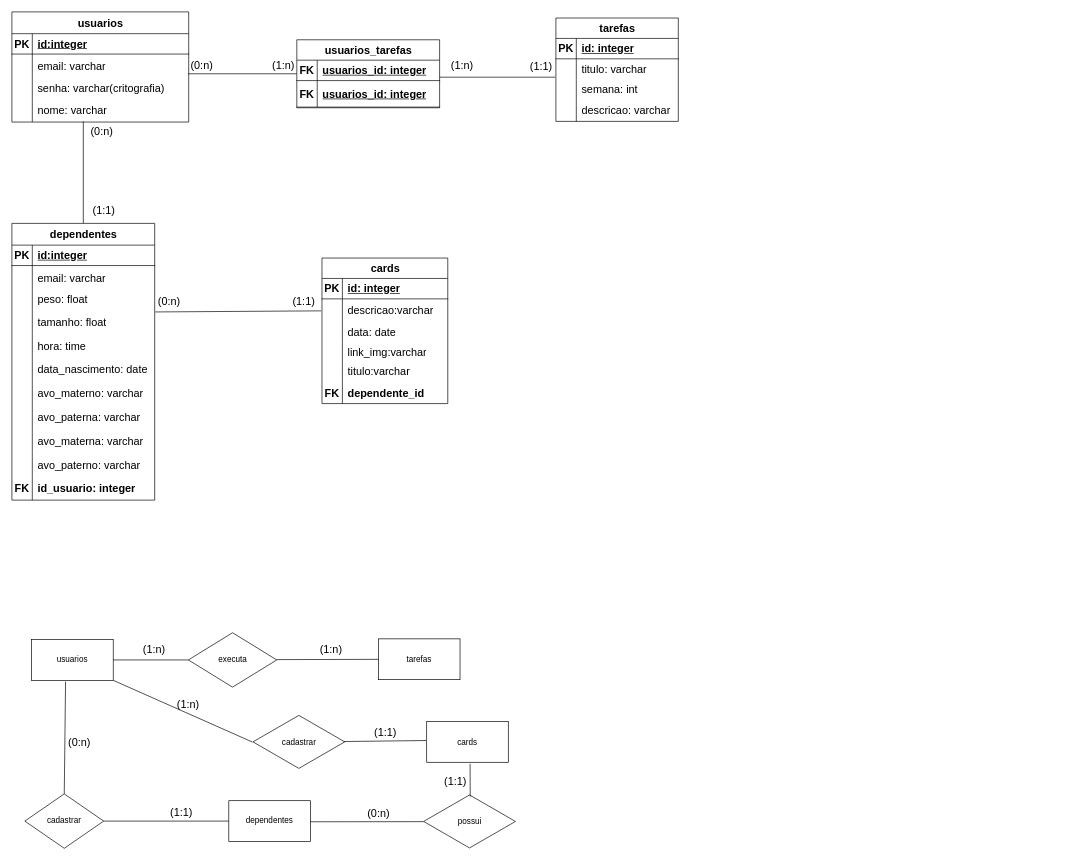
manuely32/projeto_integrador_grupo_7 keeps this draw.io diagram as Diagrama sem nome.drawio. Above is the earlier version. Source tidied: cells renumbered, new cells numbered last; positions are measured from the earlier drawing's top-left corner, leaving out a move shared by most shapes. Both pictures are drawn from the tidied source at 68%, with x=0, y=0 at pixel (12, 12).
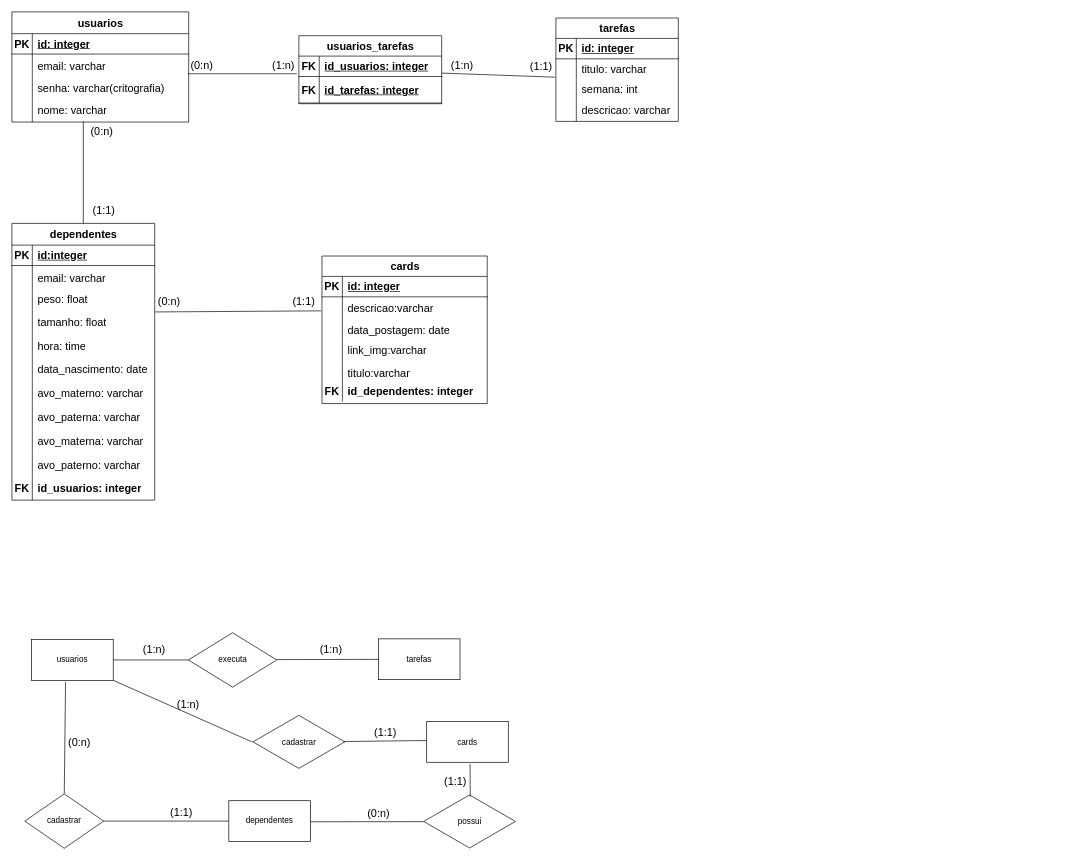
The same page after the edit.

The change refers to these unchanged cells:
```xml
<mxCell id="3" style="shape=tableRow;horizontal=0;startSize=0;swimlaneHead=0;swimlaneBody=0;fillColor=none;top=0;left=0;right=0;bottom=1;" parent="2" vertex="1">
  <mxGeometry y="32" width="260" height="30" as="geometry" />
</mxCell>
<mxCell id="105" style="shape=tableRow;horizontal=0;startSize=0;swimlaneHead=0;swimlaneBody=0;fillColor=none;top=0;left=0;right=0;bottom=0;" parent="74" vertex="1">
  <mxGeometry y="372" width="210" height="35" as="geometry" />
</mxCell>
<mxCell id="120" style="shape=tableRow;horizontal=0;startSize=0;swimlaneHead=0;swimlaneBody=0;fillColor=none;points=[[0,0.5],[1,0.5]];portConstraint=eastwest;top=0;left=0;right=0;bottom=1;" parent="119" vertex="1">
  <mxGeometry y="30" width="210" height="30" as="geometry" />
</mxCell>
<mxCell id="123" style="shape=tableRow;horizontal=0;startSize=0;swimlaneHead=0;swimlaneBody=0;fillColor=none;top=0;left=0;right=0;bottom=1;" parent="119" vertex="1">
  <mxGeometry y="60" width="210" height="39" as="geometry" />
</mxCell>
```

Change to the diagram source:
```diff
@@
-    <mxCell id="5" value="&lt;font style=&quot;font-size: 16px;&quot;&gt;id:integer&lt;/font&gt;" style="shape=partialRectangle;fillColor=none;top=0;left=0;bottom=0;right=0;align=left;spacingLeft=6;fontStyle=5;overflow=hidden;whiteSpace=wrap;html=1;" parent="3" vertex="1">
+    <mxCell id="5" value="&lt;font style=&quot;font-size: 16px;&quot;&gt;id: integer&lt;/font&gt;" style="shape=partialRectangle;fillColor=none;top=0;left=0;bottom=0;right=0;align=left;spacingLeft=6;fontStyle=5;overflow=hidden;whiteSpace=wrap;html=1;" parent="3" vertex="1">
       <mxGeometry x="30" width="230" height="30" as="geometry" />
     </mxCell>
@@
     <mxCell id="50" value="&lt;font style=&quot;font-size: 16px;&quot;&gt;cards&lt;/font&gt;" style="shape=table;startSize=30;childLayout=tableLayout;rowLines=0;fontStyle=1;align=center;html=1;" parent="1" vertex="1">
-      <mxGeometry x="456" y="362" width="185" height="214" as="geometry" />
+      <mxGeometry x="456" y="359" width="243" height="217" as="geometry" />
     </mxCell>
     <mxCell id="51" style="shape=tableRow;horizontal=0;startSize=0;swimlaneHead=0;swimlaneBody=0;fillColor=none;top=0;left=0;right=0;bottom=1;" parent="50" vertex="1">
-      <mxGeometry y="30" width="185" height="30" as="geometry" />
+      <mxGeometry y="30" width="243" height="30" as="geometry" />
     </mxCell>
@@
     <mxCell id="53" value="&lt;font style=&quot;font-size: 16px;&quot;&gt;id: integer&lt;/font&gt;" style="shape=partialRectangle;fillColor=none;top=0;left=0;bottom=0;right=0;align=left;spacingLeft=6;fontStyle=5;overflow=hidden;whiteSpace=wrap;html=1;" parent="51" vertex="1">
-      <mxGeometry x="30" width="155" height="30" as="geometry" />
+      <mxGeometry x="30" width="213" height="30" as="geometry" />
     </mxCell>
     <mxCell id="54" style="shape=tableRow;horizontal=0;startSize=0;swimlaneHead=0;swimlaneBody=0;fillColor=none;top=0;left=0;right=0;bottom=0;" parent="50" vertex="1">
-      <mxGeometry y="60" width="185" height="34" as="geometry" />
+      <mxGeometry y="60" width="243" height="34" as="geometry" />
     </mxCell>
@@
     <mxCell id="56" value="&lt;font style=&quot;font-size: 16px;&quot;&gt;descricao:varchar&lt;/font&gt;" style="shape=partialRectangle;fillColor=none;top=0;left=0;bottom=0;right=0;align=left;spacingLeft=6;overflow=hidden;whiteSpace=wrap;html=1;" parent="54" vertex="1">
-      <mxGeometry x="30" width="155" height="34" as="geometry" />
+      <mxGeometry x="30" width="213" height="34" as="geometry" />
     </mxCell>
     <mxCell id="57" style="shape=tableRow;horizontal=0;startSize=0;swimlaneHead=0;swimlaneBody=0;fillColor=none;top=0;left=0;right=0;bottom=0;" parent="50" vertex="1">
-      <mxGeometry y="94" width="185" height="30" as="geometry" />
+      <mxGeometry y="94" width="243" height="30" as="geometry" />
     </mxCell>
@@
-    <mxCell id="59" value="&lt;font style=&quot;font-size: 16px;&quot;&gt;data: date&lt;/font&gt;" style="shape=partialRectangle;fillColor=none;top=0;left=0;bottom=0;right=0;align=left;spacingLeft=6;overflow=hidden;whiteSpace=wrap;html=1;" parent="57" vertex="1">
-      <mxGeometry x="30" width="155" height="30" as="geometry" />
+    <mxCell id="59" value="&lt;font style=&quot;font-size: 16px;&quot;&gt;data_postagem: date&lt;/font&gt;" style="shape=partialRectangle;fillColor=none;top=0;left=0;bottom=0;right=0;align=left;spacingLeft=6;overflow=hidden;whiteSpace=wrap;html=1;" parent="57" vertex="1">
+      <mxGeometry x="30" width="213" height="30" as="geometry" />
     </mxCell>
     <mxCell id="60" style="shape=tableRow;horizontal=0;startSize=0;swimlaneHead=0;swimlaneBody=0;fillColor=none;top=0;left=0;right=0;bottom=0;" parent="50" vertex="1">
-      <mxGeometry y="124" width="185" height="30" as="geometry" />
+      <mxGeometry y="124" width="243" height="30" as="geometry" />
     </mxCell>
@@
     <mxCell id="62" value="&lt;font style=&quot;font-size: 16px;&quot;&gt;link_img:varchar&lt;/font&gt;" style="shape=partialRectangle;fillColor=none;top=0;left=0;bottom=0;right=0;align=left;spacingLeft=6;overflow=hidden;whiteSpace=wrap;html=1;" parent="60" vertex="1">
-      <mxGeometry x="30" width="155" height="30" as="geometry" />
+      <mxGeometry x="30" width="213" height="30" as="geometry" />
     </mxCell>
     <mxCell id="63" style="shape=tableRow;horizontal=0;startSize=0;swimlaneHead=0;swimlaneBody=0;fillColor=none;top=0;left=0;right=0;bottom=0;" parent="50" vertex="1">
-      <mxGeometry y="154" width="185" height="30" as="geometry" />
+      <mxGeometry y="154" width="243" height="30" as="geometry" />
     </mxCell>
@@
     <mxCell id="65" style="shape=partialRectangle;fillColor=none;top=0;left=0;bottom=0;right=0;align=left;spacingLeft=6;overflow=hidden;whiteSpace=wrap;html=1;" parent="63" vertex="1">
-      <mxGeometry x="30" width="155" height="30" as="geometry" />
+      <mxGeometry x="30" width="213" height="30" as="geometry" />
     </mxCell>
     <mxCell id="66" style="shape=tableRow;horizontal=0;startSize=0;swimlaneHead=0;swimlaneBody=0;fillColor=none;top=0;left=0;right=0;bottom=0;" parent="50" vertex="1">
-      <mxGeometry y="184" width="185" height="30" as="geometry" />
+      <mxGeometry y="184" width="243" height="30" as="geometry" />
     </mxCell>
@@
-    <mxCell id="68" value="&lt;font style=&quot;font-size: 16px;&quot;&gt;&lt;b&gt;dependente_id&lt;/b&gt;&lt;/font&gt;" style="shape=partialRectangle;fillColor=none;top=0;left=0;bottom=0;right=0;align=left;spacingLeft=6;overflow=hidden;whiteSpace=wrap;html=1;" parent="66" vertex="1">
-      <mxGeometry x="30" width="155" height="30" as="geometry" />
+    <mxCell id="68" value="&lt;font style=&quot;font-size: 16px;&quot;&gt;&lt;b&gt;id_dependentes: integer&lt;/b&gt;&lt;/font&gt;" style="shape=partialRectangle;fillColor=none;top=0;left=0;bottom=0;right=0;align=left;spacingLeft=6;overflow=hidden;whiteSpace=wrap;html=1;" parent="66" vertex="1">
+      <mxGeometry x="30" width="213" height="30" as="geometry" />
     </mxCell>
@@
-    <mxCell id="107" value="&lt;span style=&quot;font-size: 16px;&quot;&gt;&lt;b&gt;id_usuario: integer&lt;/b&gt;&lt;/span&gt;" style="shape=partialRectangle;fillColor=none;top=0;left=0;bottom=0;right=0;align=left;spacingLeft=6;overflow=hidden;whiteSpace=wrap;html=1;" parent="105" vertex="1">
+    <mxCell id="107" value="&lt;span style=&quot;font-size: 16px;&quot;&gt;&lt;b&gt;id_usuarios: integer&lt;/b&gt;&lt;/span&gt;" style="shape=partialRectangle;fillColor=none;top=0;left=0;bottom=0;right=0;align=left;spacingLeft=6;overflow=hidden;whiteSpace=wrap;html=1;" parent="105" vertex="1">
       <mxGeometry x="30" width="180" height="35" as="geometry" />
     </mxCell>
@@
     <mxCell id="109" value="&lt;font style=&quot;font-size: 16px;&quot;&gt;titulo:varchar&lt;/font&gt;" style="shape=partialRectangle;fillColor=none;top=0;left=0;bottom=0;right=0;align=left;spacingLeft=6;overflow=hidden;whiteSpace=wrap;html=1;" parent="1" vertex="1">
-      <mxGeometry x="486" y="513" width="170" height="30" as="geometry" />
+      <mxGeometry x="486" y="517" width="170" height="30" as="geometry" />
     </mxCell>
@@
     <mxCell id="119" value="&lt;font style=&quot;font-size: 16px;&quot;&gt;usuarios_tarefas&lt;/font&gt;" style="shape=table;startSize=30;childLayout=tableLayout;rowLines=0;fontStyle=1;align=center;html=1;" parent="1" vertex="1">
-      <mxGeometry x="419" y="41" width="210" height="100" as="geometry" />
+      <mxGeometry x="422" y="35" width="210" height="100" as="geometry" />
     </mxCell>
@@
-    <mxCell id="122" value="&lt;span style=&quot;font-size: 16px;&quot;&gt;usuarios_id: integer&lt;/span&gt;" style="shape=partialRectangle;fillColor=none;top=0;left=0;bottom=0;right=0;align=left;spacingLeft=6;fontStyle=5;overflow=hidden;whiteSpace=wrap;html=1;" parent="120" vertex="1">
+    <mxCell id="122" value="&lt;span style=&quot;font-size: 16px;&quot;&gt;id_usuarios: integer&lt;/span&gt;" style="shape=partialRectangle;fillColor=none;top=0;left=0;bottom=0;right=0;align=left;spacingLeft=6;fontStyle=5;overflow=hidden;whiteSpace=wrap;html=1;" parent="120" vertex="1">
       <mxGeometry x="30" width="180" height="30" as="geometry" />
     </mxCell>
@@
-    <mxCell id="125" value="&lt;span style=&quot;font-size: 16px;&quot;&gt;usuarios_id: integer&lt;/span&gt;" style="shape=partialRectangle;fillColor=none;top=0;left=0;bottom=0;right=0;align=left;spacingLeft=6;fontStyle=5;overflow=hidden;whiteSpace=wrap;html=1;" parent="123" vertex="1">
+    <mxCell id="125" value="&lt;span style=&quot;font-size: 16px;&quot;&gt;id_tarefas: integer&lt;/span&gt;" style="shape=partialRectangle;fillColor=none;top=0;left=0;bottom=0;right=0;align=left;spacingLeft=6;fontStyle=5;overflow=hidden;whiteSpace=wrap;html=1;" parent="123" vertex="1">
       <mxGeometry x="30" width="180" height="39" as="geometry" />
     </mxCell>
```
